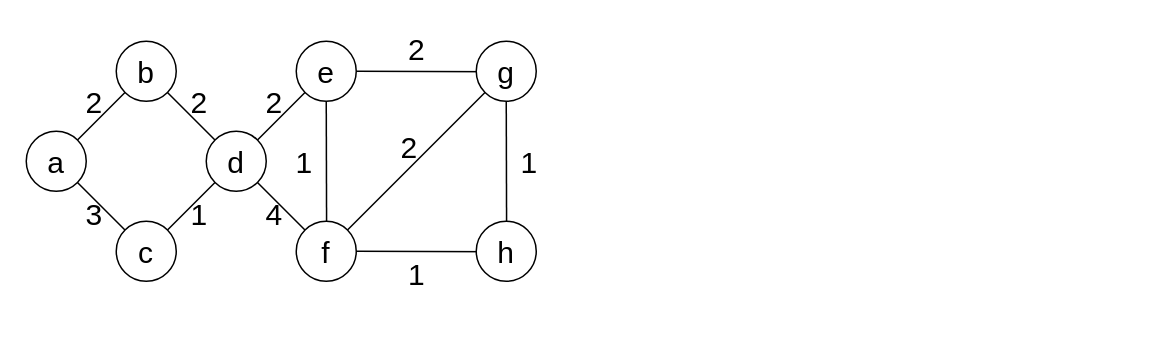
This is Pics/13.drawio from m66rk9t/algorithms, a draw.io file, before an edit. Source tidied: cells renumbered, new cells numbered last; positions are measured from the earlier drawing's top-left corner, leaving out a move shared by most shapes. Both pictures are drawn from the tidied source at 150%, with x=0, y=0 at pixel (26, 26).
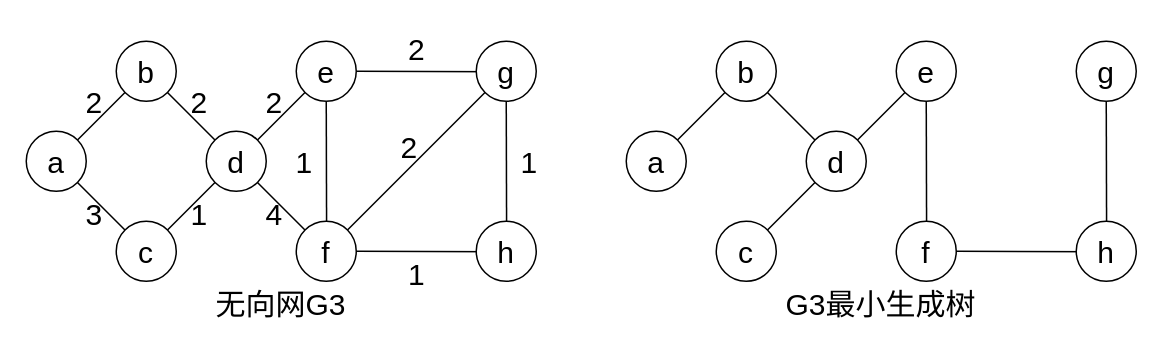
The same diagram, later.

Diff of the diagram source:
```diff
@@
+    <mxCell id="32" style="rounded=0;jettySize=auto;html=1;exitX=1;exitY=0;exitDx=0;exitDy=0;entryX=0.5;entryY=0.5;entryDx=0;entryDy=0;entryPerimeter=0;" parent="1" edge="1" source="36" target="35">
+      <mxGeometry relative="1" as="geometry" />
+    </mxCell>
+    <mxCell id="33" style="edgeStyle=none;rounded=0;jettySize=auto;html=1;exitX=1;exitY=0;exitDx=0;exitDy=0;entryX=0.5;entryY=0.5;entryDx=0;entryDy=0;entryPerimeter=0;" parent="1" edge="1" source="39" target="38">
+      <mxGeometry relative="1" as="geometry" />
+    </mxCell>
+    <mxCell id="34" style="edgeStyle=none;rounded=0;jettySize=auto;html=1;exitX=1;exitY=1;exitDx=0;exitDy=0;entryX=0.5;entryY=0.5;entryDx=0;entryDy=0;entryPerimeter=0;" parent="1" edge="1" source="35" target="38">
+      <mxGeometry relative="1" as="geometry" />
+    </mxCell>
+    <mxCell id="35" value="b" style="ellipse;whiteSpace=wrap;html=1;fontSize=20;" parent="1" vertex="1">
+      <mxGeometry x="460" y="10" width="40" height="40" as="geometry" />
+    </mxCell>
+    <mxCell id="36" value="a" style="ellipse;whiteSpace=wrap;html=1;fontSize=20;" parent="1" vertex="1">
+      <mxGeometry x="400" y="70" width="40" height="40" as="geometry" />
+    </mxCell>
+    <mxCell id="37" style="edgeStyle=none;rounded=0;jettySize=auto;html=1;exitX=1;exitY=0;exitDx=0;exitDy=0;entryX=0.5;entryY=0.5;entryDx=0;entryDy=0;entryPerimeter=0;" parent="1" edge="1" source="38" target="41">
+      <mxGeometry relative="1" as="geometry" />
+    </mxCell>
+    <mxCell id="38" value="d" style="ellipse;whiteSpace=wrap;html=1;fontSize=20;" parent="1" vertex="1">
+      <mxGeometry x="520" y="70" width="40" height="40" as="geometry" />
+    </mxCell>
+    <mxCell id="39" value="c" style="ellipse;whiteSpace=wrap;html=1;fontSize=20;" parent="1" vertex="1">
+      <mxGeometry x="460" y="130" width="40" height="40" as="geometry" />
+    </mxCell>
+    <mxCell id="40" style="edgeStyle=none;rounded=0;jettySize=auto;html=1;exitX=0.5;exitY=1;exitDx=0;exitDy=0;entryX=0.507;entryY=0.5;entryDx=0;entryDy=0;entryPerimeter=0;" parent="1" edge="1" source="41" target="43">
+      <mxGeometry relative="1" as="geometry" />
+    </mxCell>
+    <mxCell id="41" value="e" style="ellipse;whiteSpace=wrap;html=1;fontSize=20;" parent="1" vertex="1">
+      <mxGeometry x="580" y="10" width="40" height="40" as="geometry" />
+    </mxCell>
+    <mxCell id="42" style="edgeStyle=none;rounded=0;jettySize=auto;html=1;exitX=1;exitY=0.5;exitDx=0;exitDy=0;entryX=0.5;entryY=0.507;entryDx=0;entryDy=0;entryPerimeter=0;" parent="1" edge="1" source="43" target="46">
+      <mxGeometry relative="1" as="geometry" />
+    </mxCell>
+    <mxCell id="43" value="f" style="ellipse;whiteSpace=wrap;html=1;fontSize=20;" parent="1" vertex="1">
+      <mxGeometry x="580" y="130" width="40" height="40" as="geometry" />
+    </mxCell>
+    <mxCell id="44" style="edgeStyle=none;rounded=0;jettySize=auto;html=1;exitX=0.5;exitY=1;exitDx=0;exitDy=0;entryX=0.507;entryY=0.5;entryDx=0;entryDy=0;entryPerimeter=0;" parent="1" edge="1" source="45" target="46">
+      <mxGeometry relative="1" as="geometry" />
+    </mxCell>
+    <mxCell id="45" value="g" style="ellipse;whiteSpace=wrap;html=1;fontSize=20;align=center;verticalAlign=middle;" parent="1" vertex="1">
+      <mxGeometry x="700" y="10" width="40" height="40" as="geometry" />
+    </mxCell>
+    <mxCell id="46" value="h" style="ellipse;whiteSpace=wrap;html=1;fontSize=20;" parent="1" vertex="1">
+      <mxGeometry x="700" y="130" width="40" height="40" as="geometry" />
+    </mxCell>
+    <mxCell id="47" value="无向网G3" style="text;html=1;strokeColor=none;fillColor=none;align=center;verticalAlign=middle;whiteSpace=wrap;rounded=0;fontSize=20;" parent="1" vertex="1">
+      <mxGeometry y="170" width="340" height="30" as="geometry" />
+    </mxCell>
+    <mxCell id="48" value="G3最小生成树" style="text;html=1;strokeColor=none;fillColor=none;align=center;verticalAlign=middle;whiteSpace=wrap;rounded=0;fontSize=20;" parent="1" vertex="1">
+      <mxGeometry x="400" y="170" width="340" height="30" as="geometry" />
+    </mxCell>
```
